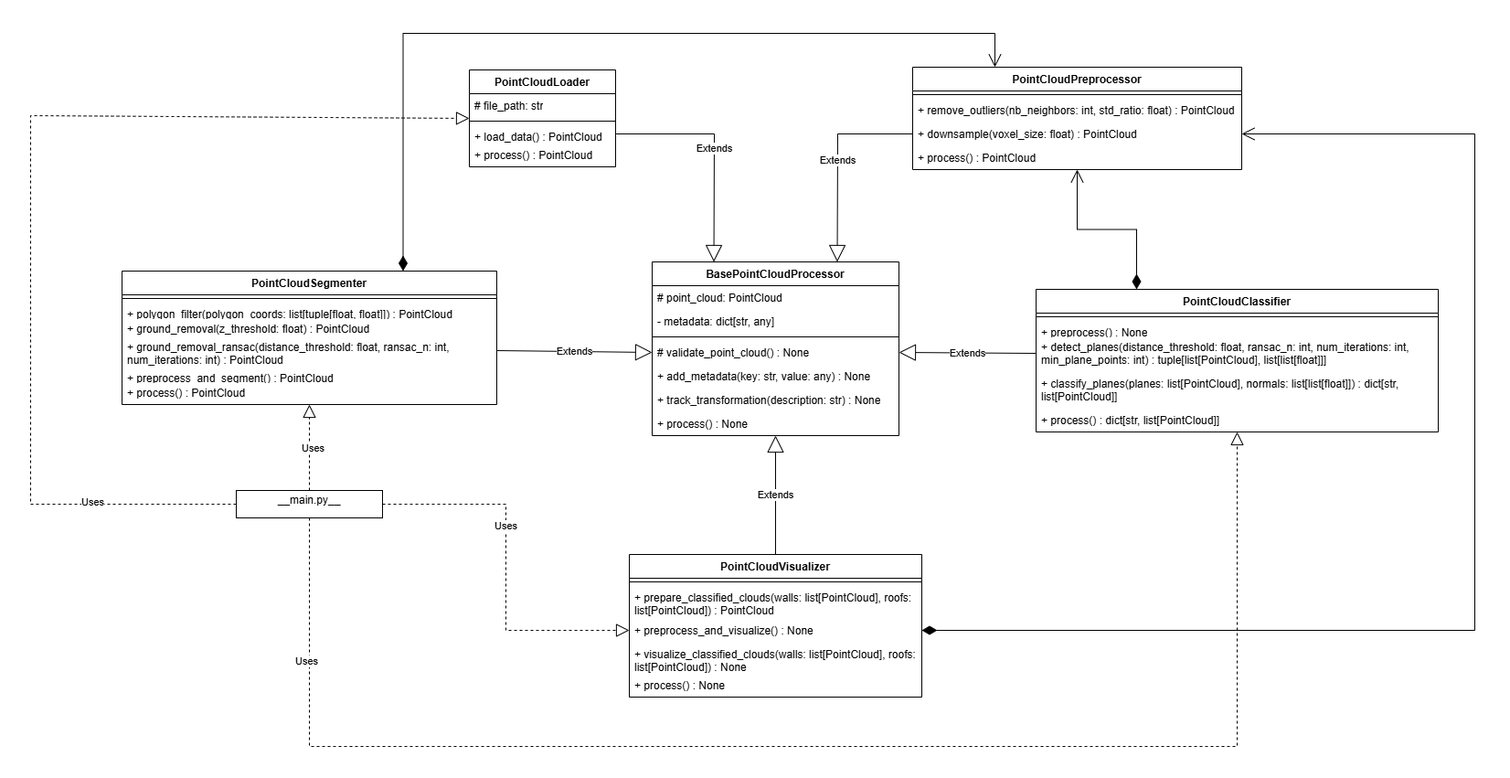
Above: assets/uml-dia.png in jarencecasisirano/pointcloud-oop (draw.io), before the change. Source tidied: cells renumbered, new cells last; positions are measured from the earlier drawing's top-left corner, leaving out a move shared by most shapes.
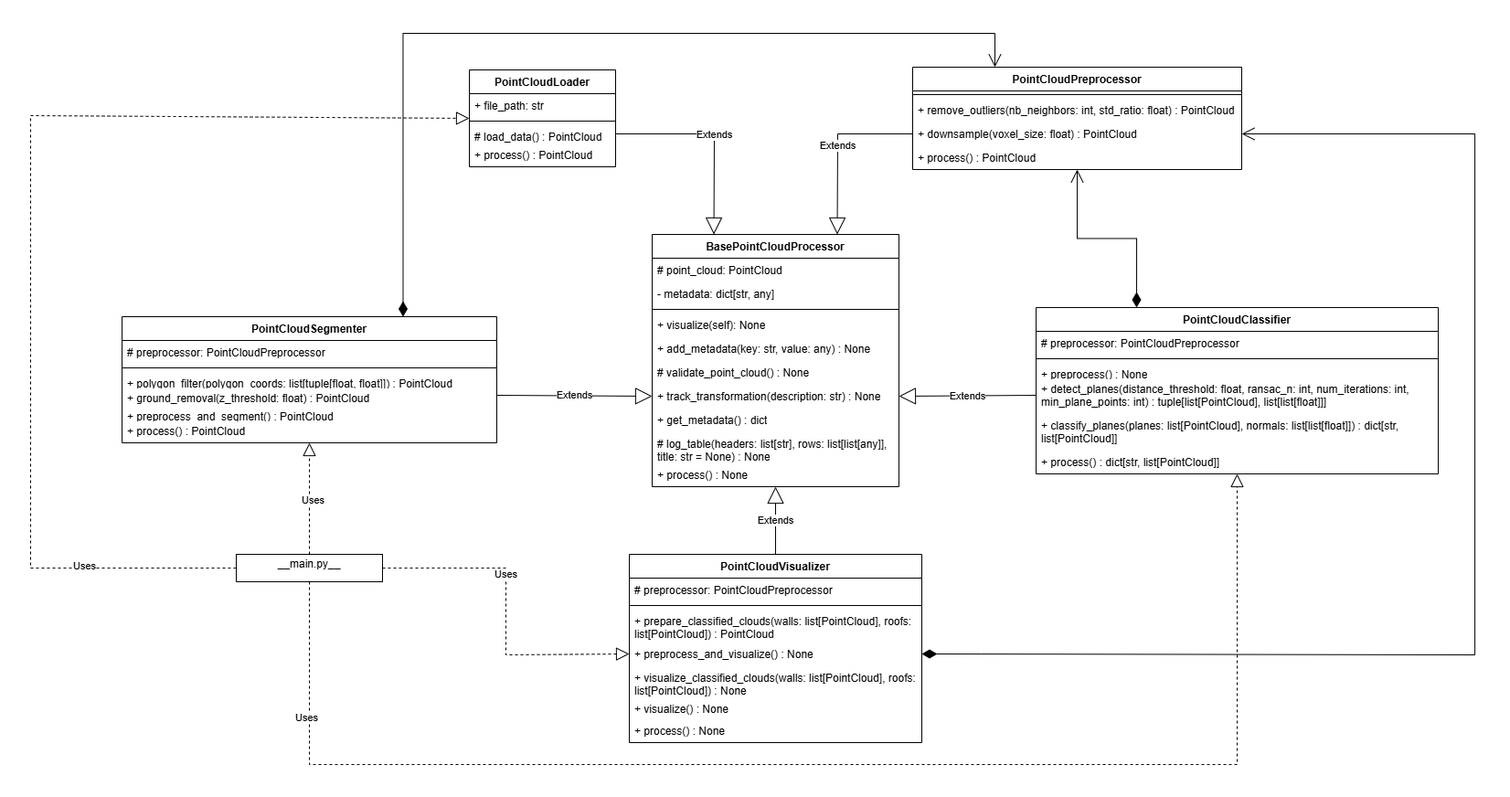
The same diagram one commit later.

Commit message:
Updated UML diagram

The edit, as a diff of the source:
```diff
@@ -3,7 +3,7 @@
     <mxCell id="0" />
     <mxCell id="1" parent="0" />
     <mxCell id="2" value="BasePointCloudProcessor" style="swimlane;fontStyle=1;align=center;verticalAlign=top;horizontal=1;startSize=26;whiteSpace=wrap;html=1;" parent="1" vertex="1">
-      <mxGeometry x="680" y="250" width="270" height="190" as="geometry" />
+      <mxGeometry x="680" y="220" width="270" height="276" as="geometry" />
     </mxCell>
     <mxCell id="3" value="# point_cloud: PointCloud" style="text;strokeColor=none;fillColor=none;align=left;verticalAlign=top;spacingLeft=4;spacingRight=4;overflow=hidden;whiteSpace=wrap;html=1;" parent="2" vertex="1">
       <mxGeometry y="26" width="270" height="26" as="geometry" />
@@ -14,28 +14,37 @@
     <mxCell id="5" style="line;strokeWidth=1;fillColor=none;align=left;verticalAlign=middle;spacingTop=-1;spacingLeft=3;spacingRight=3;labelPosition=right;strokeColor=inherit;" parent="2" vertex="1">
       <mxGeometry y="78" width="270" height="8" as="geometry" />
     </mxCell>
+    <mxCell id="56" value="+ visualize(self): None" style="text;strokeColor=none;fillColor=none;align=left;verticalAlign=top;spacingLeft=4;spacingRight=4;overflow=hidden;whiteSpace=wrap;html=1;" parent="2" vertex="1">
+      <mxGeometry y="86" width="270" height="26" as="geometry" />
+    </mxCell>
+    <mxCell id="57" value="+ add_metadata(key: str, value: any) : None" style="text;strokeColor=none;fillColor=none;align=left;verticalAlign=top;spacingLeft=4;spacingRight=4;overflow=hidden;whiteSpace=wrap;html=1;" parent="2" vertex="1">
+      <mxGeometry y="112" width="270" height="26" as="geometry" />
+    </mxCell>
     <mxCell id="6" value="# validate_point_cloud() : None" style="text;strokeColor=none;fillColor=none;align=left;verticalAlign=top;spacingLeft=4;spacingRight=4;overflow=hidden;points=[[0,0.5],[1,0.5]];portConstraint=eastwest;whiteSpace=wrap;html=1;" parent="2" vertex="1">
-      <mxGeometry y="86" width="270" height="26" as="geometry" />
+      <mxGeometry y="138" width="270" height="26" as="geometry" />
     </mxCell>
+    <mxCell id="8" value="+ track_transformation(description: str) : None" style="text;strokeColor=none;fillColor=none;align=left;verticalAlign=top;spacingLeft=4;spacingRight=4;overflow=hidden;points=[[0,0.5],[1,0.5]];portConstraint=eastwest;whiteSpace=wrap;html=1;" parent="2" vertex="1">
+      <mxGeometry y="164" width="270" height="26" as="geometry" />
+    </mxCell>
-    <mxCell id="7" value="+ add_metadata(key: str, value: any) : None" style="text;strokeColor=none;fillColor=none;align=left;verticalAlign=top;spacingLeft=4;spacingRight=4;overflow=hidden;whiteSpace=wrap;html=1;" parent="2" vertex="1">
-      <mxGeometry y="112" width="270" height="26" as="geometry" />
+    <mxCell id="7" value="+ get_metadata() : dict" style="text;strokeColor=none;fillColor=none;align=left;verticalAlign=top;spacingLeft=4;spacingRight=4;overflow=hidden;whiteSpace=wrap;html=1;" parent="2" vertex="1">
+      <mxGeometry y="190" width="270" height="26" as="geometry" />
     </mxCell>
-    <mxCell id="8" value="+ track_transformation(description: str) : None" style="text;strokeColor=none;fillColor=none;align=left;verticalAlign=top;spacingLeft=4;spacingRight=4;overflow=hidden;points=[[0,0.5],[1,0.5]];portConstraint=eastwest;whiteSpace=wrap;html=1;" parent="2" vertex="1">
-      <mxGeometry y="138" width="270" height="26" as="geometry" />
-    </mxCell>
+    <mxCell id="58" value="# log_table(headers: list[str], rows: list[list[any]], title: str = None) : None" style="text;strokeColor=none;fillColor=none;align=left;verticalAlign=top;spacingLeft=4;spacingRight=4;overflow=hidden;whiteSpace=wrap;html=1;" parent="2" vertex="1">
+      <mxGeometry y="216" width="270" height="34" as="geometry" />
+    </mxCell>
     <mxCell id="9" value="+ process() : None" style="text;strokeColor=none;fillColor=none;align=left;verticalAlign=top;spacingLeft=4;spacingRight=4;overflow=hidden;points=[[0,0.5],[1,0.5]];portConstraint=eastwest;whiteSpace=wrap;html=1;" parent="2" vertex="1">
-      <mxGeometry y="164" width="270" height="26" as="geometry" />
+      <mxGeometry y="250" width="270" height="26" as="geometry" />
     </mxCell>
     <mxCell id="10" value="PointCloudLoader" style="swimlane;fontStyle=1;align=center;verticalAlign=top;horizontal=1;startSize=26;whiteSpace=wrap;html=1;" parent="1" vertex="1">
       <mxGeometry x="480" y="40" width="160" height="106" as="geometry" />
     </mxCell>
-    <mxCell id="11" value="# file_path: str" style="text;strokeColor=none;fillColor=none;align=left;verticalAlign=top;spacingLeft=4;spacingRight=4;overflow=hidden;whiteSpace=wrap;html=1;" parent="10" vertex="1">
+    <mxCell id="11" value="+ file_path: str" style="text;strokeColor=none;fillColor=none;align=left;verticalAlign=top;spacingLeft=4;spacingRight=4;overflow=hidden;whiteSpace=wrap;html=1;" parent="10" vertex="1">
       <mxGeometry y="26" width="160" height="26" as="geometry" />
     </mxCell>
     <mxCell id="12" style="line;strokeWidth=1;fillColor=none;align=left;verticalAlign=middle;spacingTop=-1;spacingLeft=3;spacingRight=3;labelPosition=right;strokeColor=inherit;" parent="10" vertex="1">
       <mxGeometry y="52" width="160" height="8" as="geometry" />
     </mxCell>
-    <mxCell id="13" value="+ load_data() : PointCloud" style="text;strokeColor=none;fillColor=none;align=left;verticalAlign=top;spacingLeft=4;spacingRight=4;overflow=hidden;points=[[0,0.5],[1,0.5]];portConstraint=eastwest;whiteSpace=wrap;html=1;" parent="10" vertex="1">
+    <mxCell id="13" value="# load_data() : PointCloud" style="text;strokeColor=none;fillColor=none;align=left;verticalAlign=top;spacingLeft=4;spacingRight=4;overflow=hidden;points=[[0,0.5],[1,0.5]];portConstraint=eastwest;whiteSpace=wrap;html=1;" parent="10" vertex="1">
       <mxGeometry y="60" width="160" height="20" as="geometry" />
     </mxCell>
     <mxCell id="14" value="+ process() : PointCloud" style="text;strokeColor=none;fillColor=none;align=left;verticalAlign=top;spacingLeft=4;spacingRight=4;overflow=hidden;whiteSpace=wrap;html=1;" parent="10" vertex="1">
@@ -57,61 +66,70 @@
       <mxGeometry y="86" width="360" height="26" as="geometry" />
     </mxCell>
     <mxCell id="20" value="PointCloudSegmenter" style="swimlane;fontStyle=1;align=center;verticalAlign=top;horizontal=1;startSize=26;whiteSpace=wrap;html=1;" parent="1" vertex="1">
-      <mxGeometry x="100" y="260" width="410" height="146" as="geometry" />
+      <mxGeometry x="100" y="310" width="410" height="138" as="geometry" />
     </mxCell>
+    <mxCell id="59" value="# preprocessor: PointCloudPreprocessor" style="text;strokeColor=none;fillColor=none;align=left;verticalAlign=top;spacingLeft=4;spacingRight=4;overflow=hidden;whiteSpace=wrap;html=1;" parent="20" vertex="1">
+      <mxGeometry y="26" width="410" height="26" as="geometry" />
+    </mxCell>
     <mxCell id="21" style="line;strokeWidth=1;fillColor=none;align=left;verticalAlign=middle;spacingTop=-1;spacingLeft=3;spacingRight=3;labelPosition=right;strokeColor=inherit;" parent="20" vertex="1">
-      <mxGeometry y="26" width="410" height="8" as="geometry" />
+      <mxGeometry y="52" width="410" height="8" as="geometry" />
     </mxCell>
     <mxCell id="22" value="+ polygon_filter(polygon_coords: list[tuple[float, float]]) : PointCloud" style="text;strokeColor=none;fillColor=none;align=left;verticalAlign=top;spacingLeft=4;spacingRight=4;overflow=hidden;whiteSpace=wrap;html=1;" parent="20" vertex="1">
-      <mxGeometry y="34" width="410" height="16" as="geometry" />
+      <mxGeometry y="60" width="410" height="16" as="geometry" />
     </mxCell>
     <mxCell id="23" value="+ ground_removal(z_threshold: float) : PointCloud" style="text;strokeColor=none;fillColor=none;align=left;verticalAlign=top;spacingLeft=4;spacingRight=4;overflow=hidden;points=[[0,0.5],[1,0.5]];portConstraint=eastwest;whiteSpace=wrap;html=1;" parent="20" vertex="1">
-      <mxGeometry y="50" width="410" height="20" as="geometry" />
+      <mxGeometry y="76" width="410" height="20" as="geometry" />
     </mxCell>
-    <mxCell id="24" value="+ ground_removal_ransac(distance_threshold: float, ransac_n: int, num_iterations: int) : PointCloud" style="text;strokeColor=none;fillColor=none;align=left;verticalAlign=top;spacingLeft=4;spacingRight=4;overflow=hidden;points=[[0,0.5],[1,0.5]];portConstraint=eastwest;whiteSpace=wrap;html=1;" parent="20" vertex="1">
-      <mxGeometry y="70" width="410" height="34" as="geometry" />
-    </mxCell>
     <mxCell id="25" value="+ preprocess_and_segment() : PointCloud" style="text;strokeColor=none;fillColor=none;align=left;verticalAlign=top;spacingLeft=4;spacingRight=4;overflow=hidden;whiteSpace=wrap;html=1;" parent="20" vertex="1">
-      <mxGeometry y="104" width="410" height="16" as="geometry" />
+      <mxGeometry y="96" width="410" height="16" as="geometry" />
     </mxCell>
     <mxCell id="26" value="+ process() : PointCloud" style="text;strokeColor=none;fillColor=none;align=left;verticalAlign=top;spacingLeft=4;spacingRight=4;overflow=hidden;whiteSpace=wrap;html=1;" parent="20" vertex="1">
-      <mxGeometry y="120" width="410" height="26" as="geometry" />
+      <mxGeometry y="112" width="410" height="26" as="geometry" />
     </mxCell>
     <mxCell id="27" value="PointCloudClassifier" style="swimlane;fontStyle=1;align=center;verticalAlign=top;horizontal=1;startSize=26;whiteSpace=wrap;html=1;" parent="1" vertex="1">
-      <mxGeometry x="1100" y="280" width="440" height="156" as="geometry" />
+      <mxGeometry x="1100" y="300" width="440" height="182" as="geometry" />
     </mxCell>
+    <mxCell id="60" value="# preprocessor: PointCloudPreprocessor" style="text;strokeColor=none;fillColor=none;align=left;verticalAlign=top;spacingLeft=4;spacingRight=4;overflow=hidden;whiteSpace=wrap;html=1;" parent="27" vertex="1">
+      <mxGeometry y="26" width="440" height="26" as="geometry" />
+    </mxCell>
     <mxCell id="28" style="line;strokeWidth=1;fillColor=none;align=left;verticalAlign=middle;spacingTop=-1;spacingLeft=3;spacingRight=3;labelPosition=right;strokeColor=inherit;" parent="27" vertex="1">
-      <mxGeometry y="26" width="440" height="8" as="geometry" />
+      <mxGeometry y="52" width="440" height="8" as="geometry" />
     </mxCell>
     <mxCell id="29" value="+ preprocess() : None" style="text;strokeColor=none;fillColor=none;align=left;verticalAlign=top;spacingLeft=4;spacingRight=4;overflow=hidden;whiteSpace=wrap;html=1;" parent="27" vertex="1">
-      <mxGeometry y="34" width="440" height="16" as="geometry" />
+      <mxGeometry y="60" width="440" height="16" as="geometry" />
     </mxCell>
     <mxCell id="30" value="+ detect_planes(distance_threshold: float, ransac_n: int, num_iterations: int, min_plane_points: int) : tuple[list[PointCloud], list[list[float]]]" style="text;strokeColor=none;fillColor=none;align=left;verticalAlign=top;spacingLeft=4;spacingRight=4;overflow=hidden;points=[[0,0.5],[1,0.5]];portConstraint=eastwest;whiteSpace=wrap;html=1;" parent="27" vertex="1">
-      <mxGeometry y="50" width="440" height="40" as="geometry" />
+      <mxGeometry y="76" width="440" height="40" as="geometry" />
     </mxCell>
     <mxCell id="31" value="+ classify_planes(planes: list[PointCloud], normals: list[list[float]]) : dict[str, list[PointCloud]]" style="text;strokeColor=none;fillColor=none;align=left;verticalAlign=top;spacingLeft=4;spacingRight=4;overflow=hidden;whiteSpace=wrap;html=1;" parent="27" vertex="1">
-      <mxGeometry y="90" width="440" height="40" as="geometry" />
+      <mxGeometry y="116" width="440" height="40" as="geometry" />
     </mxCell>
     <mxCell id="32" value="+ process() : dict[str, list[PointCloud]]" style="text;strokeColor=none;fillColor=none;align=left;verticalAlign=top;spacingLeft=4;spacingRight=4;overflow=hidden;points=[[0,0.5],[1,0.5]];portConstraint=eastwest;whiteSpace=wrap;html=1;" parent="27" vertex="1">
-      <mxGeometry y="130" width="440" height="26" as="geometry" />
+      <mxGeometry y="156" width="440" height="26" as="geometry" />
     </mxCell>
     <mxCell id="33" value="PointCloudVisualizer" style="swimlane;fontStyle=1;align=center;verticalAlign=top;horizontal=1;startSize=26;whiteSpace=wrap;html=1;" parent="1" vertex="1">
-      <mxGeometry x="655" y="570" width="320" height="156" as="geometry" />
+      <mxGeometry x="655" y="570" width="320" height="206" as="geometry" />
     </mxCell>
+    <mxCell id="61" value="# preprocessor: PointCloudPreprocessor" style="text;strokeColor=none;fillColor=none;align=left;verticalAlign=top;spacingLeft=4;spacingRight=4;overflow=hidden;whiteSpace=wrap;html=1;" parent="33" vertex="1">
+      <mxGeometry y="26" width="320" height="26" as="geometry" />
+    </mxCell>
     <mxCell id="34" style="line;strokeWidth=1;fillColor=none;align=left;verticalAlign=middle;spacingTop=-1;spacingLeft=3;spacingRight=3;labelPosition=right;strokeColor=inherit;" parent="33" vertex="1">
-      <mxGeometry y="26" width="320" height="8" as="geometry" />
+      <mxGeometry y="52" width="320" height="8" as="geometry" />
     </mxCell>
     <mxCell id="35" value="+ prepare_classified_clouds(walls: list[PointCloud], roofs: list[PointCloud]) : PointCloud" style="text;strokeColor=none;fillColor=none;align=left;verticalAlign=top;spacingLeft=4;spacingRight=4;overflow=hidden;whiteSpace=wrap;html=1;" parent="33" vertex="1">
-      <mxGeometry y="34" width="320" height="36" as="geometry" />
+      <mxGeometry y="60" width="320" height="36" as="geometry" />
     </mxCell>
     <mxCell id="36" value="+ preprocess_and_visualize() : None" style="text;strokeColor=none;fillColor=none;align=left;verticalAlign=top;spacingLeft=4;spacingRight=4;overflow=hidden;points=[[0,0.5],[1,0.5]];portConstraint=eastwest;whiteSpace=wrap;html=1;" parent="33" vertex="1">
-      <mxGeometry y="70" width="320" height="26" as="geometry" />
+      <mxGeometry y="96" width="320" height="26" as="geometry" />
     </mxCell>
     <mxCell id="37" value="+ visualize_classified_clouds(walls: list[PointCloud], roofs: list[PointCloud]) : None" style="text;strokeColor=none;fillColor=none;align=left;verticalAlign=top;spacingLeft=4;spacingRight=4;overflow=hidden;whiteSpace=wrap;html=1;" parent="33" vertex="1">
-      <mxGeometry y="96" width="320" height="34" as="geometry" />
+      <mxGeometry y="122" width="320" height="34" as="geometry" />
     </mxCell>
+    <mxCell id="62" value="+ visualize() : None" style="text;strokeColor=none;fillColor=none;align=left;verticalAlign=top;spacingLeft=4;spacingRight=4;overflow=hidden;whiteSpace=wrap;html=1;" parent="33" vertex="1">
+      <mxGeometry y="156" width="320" height="24" as="geometry" />
+    </mxCell>
     <mxCell id="38" value="+ process() : None" style="text;strokeColor=none;fillColor=none;align=left;verticalAlign=top;spacingLeft=4;spacingRight=4;overflow=hidden;whiteSpace=wrap;html=1;" parent="33" vertex="1">
-      <mxGeometry y="130" width="320" height="26" as="geometry" />
+      <mxGeometry y="180" width="320" height="26" as="geometry" />
     </mxCell>
     <mxCell id="39" value="Extends" style="endArrow=block;endSize=16;endFill=0;html=1;rounded=0;exitX=1;exitY=0.5;exitDx=0;exitDy=0;entryX=0.25;entryY=0;entryDx=0;entryDy=0;" parent="1" edge="1" source="13" target="2">
       <mxGeometry relative="1" as="geometry">
@@ -127,10 +145,10 @@
         </Array>
       </mxGeometry>
     </mxCell>
-    <mxCell id="41" value="Extends" style="endArrow=block;endSize=16;endFill=0;html=1;rounded=0;exitX=1;exitY=0.5;exitDx=0;exitDy=0;entryX=0;entryY=0.5;entryDx=0;entryDy=0;" parent="1" edge="1" source="24" target="6">
+    <mxCell id="41" value="Extends" style="endArrow=block;endSize=16;endFill=0;html=1;rounded=0;exitX=1;exitY=0.5;exitDx=0;exitDy=0;entryX=0;entryY=0.5;entryDx=0;entryDy=0;" parent="1" edge="1" source="23" target="8">
       <mxGeometry relative="1" as="geometry" />
     </mxCell>
-    <mxCell id="42" value="Extends" style="endArrow=block;endSize=16;endFill=0;html=1;rounded=0;exitX=0;exitY=0.5;exitDx=0;exitDy=0;entryX=1;entryY=0.5;entryDx=0;entryDy=0;" parent="1" edge="1" source="30" target="6">
+    <mxCell id="42" value="Extends" style="endArrow=block;endSize=16;endFill=0;html=1;rounded=0;entryX=1;entryY=0.5;entryDx=0;entryDy=0;exitX=0;exitY=0.5;exitDx=0;exitDy=0;" parent="1" edge="1" source="30" target="8">
       <mxGeometry relative="1" as="geometry" />
     </mxCell>
     <mxCell id="43" value="Extends" style="endArrow=block;endSize=16;endFill=0;html=1;rounded=0;exitX=0.5;exitY=0;exitDx=0;exitDy=0;" parent="1" edge="1" source="33" target="9">
@@ -142,7 +160,8 @@
     <mxCell id="45" style="endArrow=open;html=1;endSize=12;startArrow=diamondThin;startSize=14;startFill=1;edgeStyle=orthogonalEdgeStyle;align=left;verticalAlign=bottom;rounded=0;exitX=1;exitY=0.5;exitDx=0;exitDy=0;entryX=1;entryY=0.5;entryDx=0;entryDy=0;" parent="1" edge="1" source="36" target="18">
       <mxGeometry x="-0.98" y="13" relative="1" as="geometry">
         <Array as="points">
-          <mxPoint x="1580" y="653" />
+          <mxPoint x="1040" y="679" />
+          <mxPoint x="1580" y="680" />
           <mxPoint x="1580" y="110" />
         </Array>
       </mxGeometry>
@@ -156,12 +175,12 @@
       </mxGeometry>
     </mxCell>
     <mxCell id="47" value="&lt;p style=&quot;margin: 4px 0px 0px; text-align: center;&quot;&gt;__main.py__&lt;/p&gt;" style="verticalAlign=top;align=left;overflow=fill;html=1;whiteSpace=wrap;" parent="1" vertex="1">
-      <mxGeometry x="225" y="500" width="160" height="30" as="geometry" />
+      <mxGeometry x="225" y="570" width="160" height="30" as="geometry" />
     </mxCell>
     <mxCell id="48" style="endArrow=block;dashed=1;endFill=0;endSize=12;html=1;rounded=0;exitX=0;exitY=0.5;exitDx=0;exitDy=0;entryX=0;entryY=0.5;entryDx=0;entryDy=0;" parent="1" edge="1" source="47" target="10">
       <mxGeometry relative="1" as="geometry">
         <Array as="points">
-          <mxPoint y="515" />
+          <mxPoint y="585" />
           <mxPoint y="90" />
         </Array>
       </mxGeometry>
@@ -180,8 +199,9 @@
     <mxCell id="52" style="endArrow=block;dashed=1;endFill=0;endSize=12;html=1;rounded=0;exitX=0.5;exitY=1;exitDx=0;exitDy=0;" parent="1" edge="1" source="47" target="32">
       <mxGeometry relative="1" as="geometry">
         <Array as="points">
-          <mxPoint x="305" y="780" />
-          <mxPoint x="1320" y="780" />
+          <mxPoint x="305" y="800" />
+          <mxPoint x="810" y="800" />
+          <mxPoint x="1320" y="800" />
         </Array>
       </mxGeometry>
     </mxCell>
@@ -193,8 +213,8 @@
     <mxCell id="54" style="endArrow=block;dashed=1;endFill=0;endSize=12;html=1;rounded=0;exitX=1;exitY=0.5;exitDx=0;exitDy=0;entryX=0;entryY=0.5;entryDx=0;entryDy=0;" parent="1" edge="1" source="47" target="36">
       <mxGeometry relative="1" as="geometry">
         <Array as="points">
-          <mxPoint x="520" y="515" />
-          <mxPoint x="520" y="653" />
+          <mxPoint x="520" y="585" />
+          <mxPoint x="520" y="680" />
         </Array>
       </mxGeometry>
     </mxCell>
```
